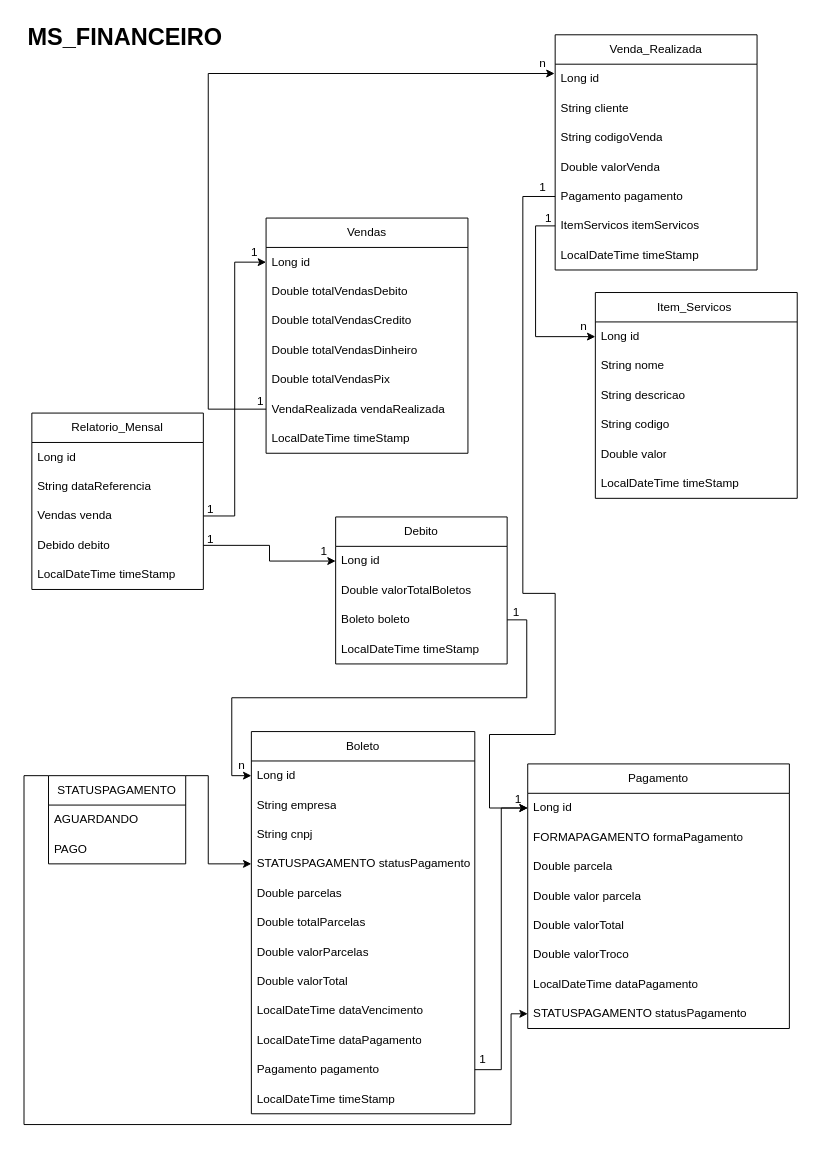
The draw.io diagram page "Diagrama de entidade e relacionamento MS_Financeiro" (6 of 9) of Doc/Diagrama de Entidade e Relacionamento.drawio in marcelquin/new-Backend-project-Services-FullStack, before the edit. Source tidied: cells renumbered, new cells numbered last; positions are measured from the earlier drawing's top-left corner, leaving out a move shared by most shapes. Both pictures are drawn from the tidied source at 98%, with x=0, y=0 at pixel (24, 17).
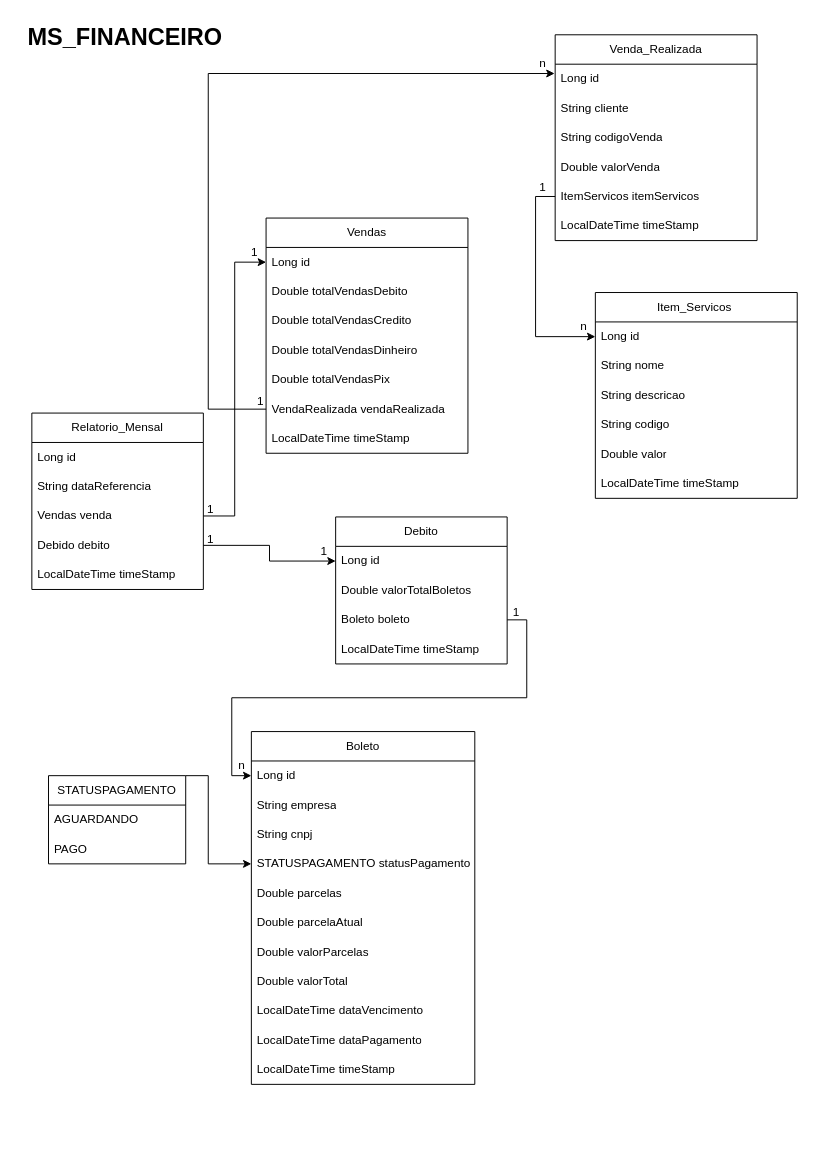
The same page after the edit.

The change refers to these unchanged cells:
```xml
<mxCell id="80" value="STATUSPAGAMENTO" style="swimlane;fontStyle=0;horizontal=1;startSize=30;whiteSpace=wrap;html=1;" parent="1" vertex="1">
  <mxGeometry x="25" y="774" width="140" height="90" as="geometry" />
</mxCell>
```

Change to the diagram source:
```diff
@@
-    <mxCell id="2" value="Pagamento" style="swimlane;fontStyle=0;horizontal=1;startSize=30;whiteSpace=wrap;html=1;" parent="1" vertex="1">
-      <mxGeometry x="514" y="762" width="267" height="270" as="geometry" />
-    </mxCell>
-    <mxCell id="3" value="Long id" style="text;strokeColor=none;fillColor=none;align=left;verticalAlign=middle;spacingLeft=4;spacingRight=4;overflow=hidden;points=[[0,0.5],[1,0.5]];portConstraint=eastwest;whiteSpace=wrap;html=1;" parent="2" vertex="1">
-      <mxGeometry y="30" width="267" height="30" as="geometry" />
-    </mxCell>
-    <mxCell id="4" value="FORMAPAGAMENTO formaPagamento" style="text;strokeColor=none;fillColor=none;align=left;verticalAlign=middle;spacingLeft=4;spacingRight=4;overflow=hidden;whiteSpace=wrap;html=1;" parent="2" vertex="1">
-      <mxGeometry y="60" width="267" height="30" as="geometry" />
-    </mxCell>
-    <mxCell id="5" value="Double parcela" style="text;strokeColor=none;fillColor=none;align=left;verticalAlign=middle;spacingLeft=4;spacingRight=4;overflow=hidden;whiteSpace=wrap;html=1;" parent="2" vertex="1">
-      <mxGeometry y="90" width="267" height="30" as="geometry" />
-    </mxCell>
-    <mxCell id="6" value="Double valor parcela" style="text;strokeColor=none;fillColor=none;align=left;verticalAlign=middle;spacingLeft=4;spacingRight=4;overflow=hidden;whiteSpace=wrap;html=1;" parent="2" vertex="1">
-      <mxGeometry y="120" width="267" height="30" as="geometry" />
-    </mxCell>
-    <mxCell id="7" value="Double valorTotal" style="text;strokeColor=none;fillColor=none;align=left;verticalAlign=middle;spacingLeft=4;spacingRight=4;overflow=hidden;whiteSpace=wrap;html=1;" parent="2" vertex="1">
-      <mxGeometry y="150" width="267" height="30" as="geometry" />
-    </mxCell>
-    <mxCell id="8" value="Double valorTroco" style="text;strokeColor=none;fillColor=none;align=left;verticalAlign=middle;spacingLeft=4;spacingRight=4;overflow=hidden;whiteSpace=wrap;html=1;" parent="2" vertex="1">
-      <mxGeometry y="180" width="267" height="30" as="geometry" />
-    </mxCell>
-    <mxCell id="9" value="LocalDateTime dataPagamento" style="text;strokeColor=none;fillColor=none;align=left;verticalAlign=middle;spacingLeft=4;spacingRight=4;overflow=hidden;whiteSpace=wrap;html=1;" parent="2" vertex="1">
-      <mxGeometry y="210" width="267" height="30" as="geometry" />
-    </mxCell>
-    <mxCell id="10" value="STATUSPAGAMENTO statusPagamento" style="text;strokeColor=none;fillColor=none;align=left;verticalAlign=middle;spacingLeft=4;spacingRight=4;overflow=hidden;points=[[0,0.5],[1,0.5]];portConstraint=eastwest;whiteSpace=wrap;html=1;" parent="2" vertex="1">
-      <mxGeometry y="240" width="267" height="30" as="geometry" />
-    </mxCell>
@@
     <mxCell id="26" value="Venda_Realizada" style="swimlane;fontStyle=0;horizontal=1;startSize=30;whiteSpace=wrap;html=1;" parent="1" vertex="1">
-      <mxGeometry x="542" y="18" width="206" height="240" as="geometry" />
+      <mxGeometry x="542" y="18" width="206" height="210" as="geometry" />
     </mxCell>
@@
-    <mxCell id="31" value="Pagamento pagamento" style="text;strokeColor=none;fillColor=none;align=left;verticalAlign=middle;spacingLeft=4;spacingRight=4;overflow=hidden;points=[[0,0.5],[1,0.5]];portConstraint=eastwest;whiteSpace=wrap;html=1;" parent="26" vertex="1">
-      <mxGeometry y="150" width="206" height="30" as="geometry" />
-    </mxCell>
     <mxCell id="32" value="ItemServicos itemServicos&amp;nbsp;" style="text;strokeColor=none;fillColor=none;align=left;verticalAlign=middle;spacingLeft=4;spacingRight=4;overflow=hidden;points=[[0,0.5],[1,0.5]];portConstraint=eastwest;whiteSpace=wrap;html=1;" parent="26" vertex="1">
-      <mxGeometry y="180" width="206" height="30" as="geometry" />
+      <mxGeometry y="150" width="206" height="30" as="geometry" />
     </mxCell>
     <mxCell id="33" value="LocalDateTime timeStamp" style="text;strokeColor=none;fillColor=none;align=left;verticalAlign=middle;spacingLeft=4;spacingRight=4;overflow=hidden;whiteSpace=wrap;html=1;" parent="26" vertex="1">
-      <mxGeometry y="210" width="206" height="30" as="geometry" />
+      <mxGeometry y="180" width="206" height="30" as="geometry" />
     </mxCell>
@@
     <mxCell id="46" value="Boleto" style="swimlane;fontStyle=0;horizontal=1;startSize=30;whiteSpace=wrap;html=1;" parent="1" vertex="1">
-      <mxGeometry x="232" y="729" width="228" height="390" as="geometry" />
+      <mxGeometry x="232" y="729" width="228" height="360" as="geometry" />
     </mxCell>
@@
-    <mxCell id="52" value="Double totalParcelas" style="text;strokeColor=none;fillColor=none;align=left;verticalAlign=middle;spacingLeft=4;spacingRight=4;overflow=hidden;whiteSpace=wrap;html=1;" parent="46" vertex="1">
+    <mxCell id="52" value="Double parcelaAtual" style="text;strokeColor=none;fillColor=none;align=left;verticalAlign=middle;spacingLeft=4;spacingRight=4;overflow=hidden;whiteSpace=wrap;html=1;" parent="46" vertex="1">
       <mxGeometry y="180" width="228" height="30" as="geometry" />
     </mxCell>
@@
-    <mxCell id="57" value="Pagamento pagamento" style="text;strokeColor=none;fillColor=none;align=left;verticalAlign=middle;spacingLeft=4;spacingRight=4;overflow=hidden;points=[[0,0.5],[1,0.5]];portConstraint=eastwest;whiteSpace=wrap;html=1;" parent="46" vertex="1">
-      <mxGeometry y="330" width="228" height="30" as="geometry" />
-    </mxCell>
     <mxCell id="58" value="LocalDateTime timeStamp" style="text;strokeColor=none;fillColor=none;align=left;verticalAlign=middle;spacingLeft=4;spacingRight=4;overflow=hidden;whiteSpace=wrap;html=1;" parent="46" vertex="1">
-      <mxGeometry y="360" width="228" height="30" as="geometry" />
+      <mxGeometry y="330" width="228" height="30" as="geometry" />
     </mxCell>
@@
-    <mxCell id="71" value="1" style="text;html=1;align=center;verticalAlign=middle;strokeColor=none;fillColor=none;" parent="1" vertex="1">
-      <mxGeometry x="522" y="193" width="25" height="26" as="geometry" />
-    </mxCell>
@@
-    <mxCell id="73" style="edgeStyle=orthogonalEdgeStyle;rounded=0;jettySize=auto;html=1;exitX=0;exitY=0.5;exitDx=0;exitDy=0;entryX=0;entryY=0.5;entryDx=0;entryDy=0;" parent="1" edge="1" source="31" target="3">
-      <mxGeometry relative="1" as="geometry">
-        <Array as="points">
-          <mxPoint x="509" y="183" />
-          <mxPoint x="509" y="588" />
-          <mxPoint x="542" y="588" />
-          <mxPoint x="542" y="732" />
-          <mxPoint x="475" y="732" />
-          <mxPoint x="475" y="807" />
-        </Array>
-      </mxGeometry>
-    </mxCell>
@@
-    <mxCell id="75" value="1" style="text;html=1;align=center;verticalAlign=middle;strokeColor=none;fillColor=none;" parent="1" vertex="1">
-      <mxGeometry x="491" y="785" width="25" height="26" as="geometry" />
-    </mxCell>
-    <mxCell id="76" style="edgeStyle=orthogonalEdgeStyle;rounded=0;jettySize=auto;html=1;exitX=1;exitY=0.5;exitDx=0;exitDy=0;entryX=0;entryY=0.5;entryDx=0;entryDy=0;" parent="1" edge="1" source="57" target="3">
-      <mxGeometry relative="1" as="geometry" />
-    </mxCell>
-    <mxCell id="77" value="1" style="text;html=1;align=center;verticalAlign=middle;strokeColor=none;fillColor=none;" parent="1" vertex="1">
-      <mxGeometry x="455" y="1051" width="25" height="26" as="geometry" />
-    </mxCell>
@@
-    <mxCell id="79" style="edgeStyle=orthogonalEdgeStyle;rounded=0;jettySize=auto;html=1;exitX=0;exitY=0;exitDx=0;exitDy=0;entryX=0;entryY=0.5;entryDx=0;entryDy=0;" parent="1" edge="1" source="80" target="10">
-      <mxGeometry relative="1" as="geometry">
-        <Array as="points">
-          <mxPoint y="774" />
-          <mxPoint y="1130" />
-          <mxPoint x="497" y="1130" />
-          <mxPoint x="497" y="1017" />
-        </Array>
-      </mxGeometry>
-    </mxCell>
```
